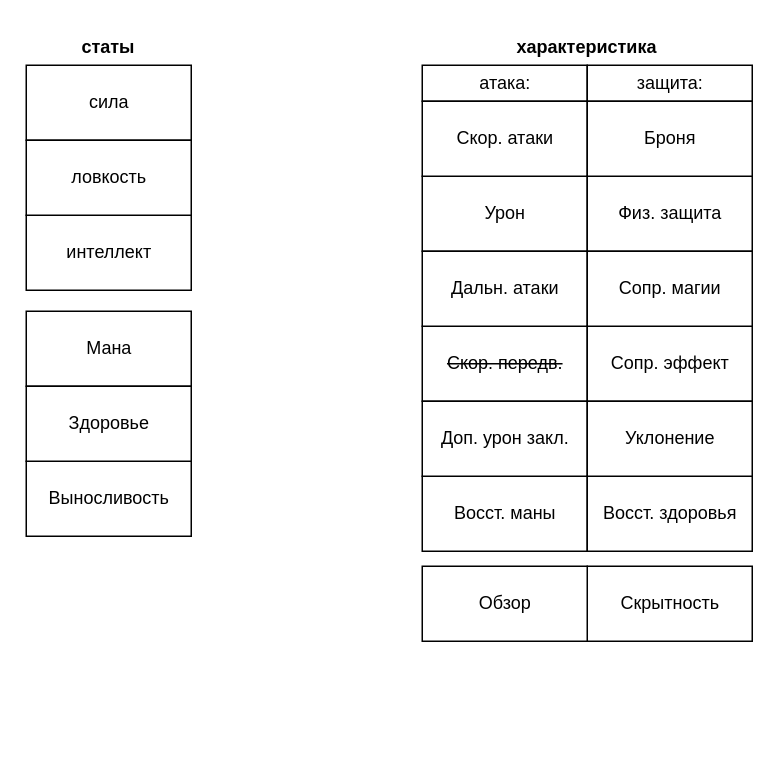
Earlier version of the draw.io diagram page "statistics and characteristics" (13 of 13) of Architecture.drawio (PhoenixVRN/Mafia). Source tidied: cells renumbered, new cells numbered last; positions are measured from the earlier drawing's top-left corner, leaving out a move shared by most shapes. Both pictures are drawn from the tidied source at 150%, with x=0, y=0 at pixel (26, 26).
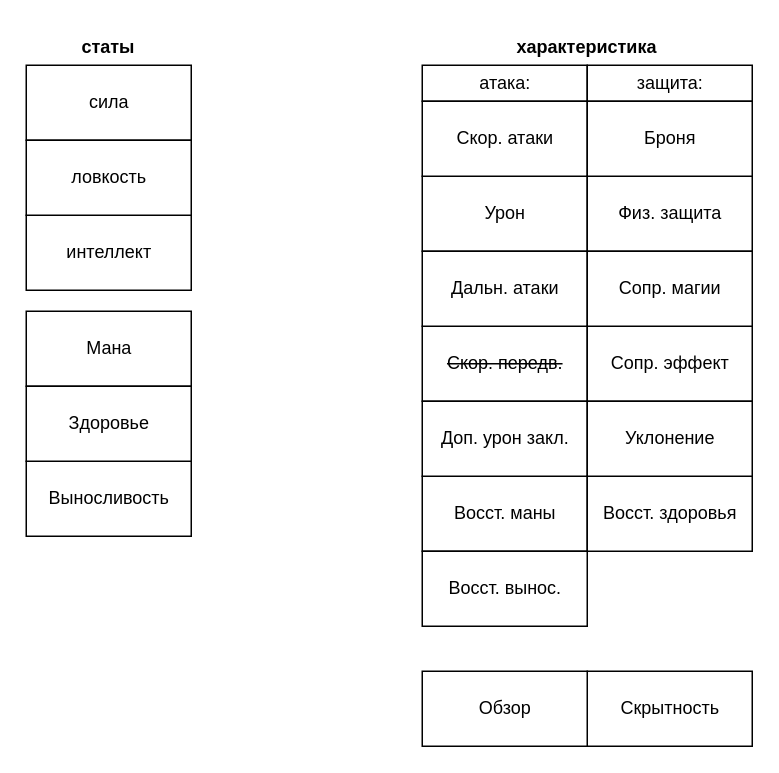
The same diagram, later.

Commit message:
Вост. вынос

Change to the diagram source:
```diff
@@
     <mxCell id="21" value="Скрытность" style="html=1;" parent="1" vertex="1">
-      <mxGeometry x="374" y="360" width="110" height="50" as="geometry" />
+      <mxGeometry x="374" y="430" width="110" height="50" as="geometry" />
     </mxCell>
     <mxCell id="22" value="Обзор" style="html=1;" parent="1" vertex="1">
-      <mxGeometry x="264" y="360" width="110" height="50" as="geometry" />
+      <mxGeometry x="264" y="430" width="110" height="50" as="geometry" />
     </mxCell>
@@
+    <mxCell id="26" value="Восст. вынос." style="html=1;" parent="1" vertex="1">
+      <mxGeometry x="264" y="350" width="110" height="50" as="geometry" />
+    </mxCell>
```
